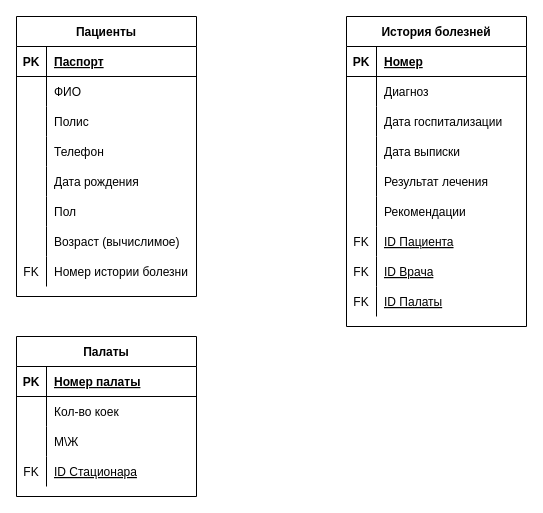
Above: Реляционная модель.drawio in den-a-s/drawio-diagrams (draw.io), before the change. Source tidied: cells renumbered, new cells numbered last; positions are measured from the earlier drawing's top-left corner, leaving out a move shared by most shapes. Both pictures are drawn from the tidied source at 100%, with x=0, y=0 at pixel (16, 16).
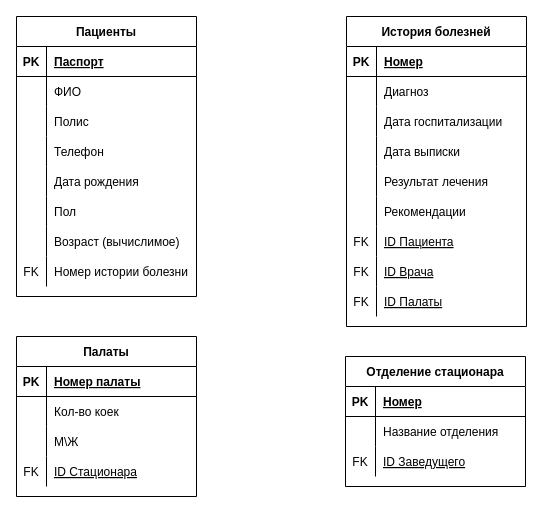
After the change.

Commit message:
Добавление таблицы Отделение стационара.

What changed in the source:
```diff
@@
+    <mxCell id="68" value="Отделение стационара" style="shape=table;startSize=30;childLayout=tableLayout;rowLines=0;fontStyle=1;align=center;" parent="1" vertex="1">
+      <mxGeometry x="329" y="340" width="180" height="130" as="geometry" />
+    </mxCell>
+    <mxCell id="69" style="shape=tableRow;horizontal=0;startSize=0;swimlaneHead=0;swimlaneBody=0;fillColor=none;top=0;left=0;right=0;bottom=1;" parent="68" vertex="1">
+      <mxGeometry y="30" width="180" height="30" as="geometry" />
+    </mxCell>
+    <mxCell id="70" value="PK" style="shape=partialRectangle;fillColor=none;top=0;left=0;bottom=0;right=0;fontStyle=1;overflow=hidden;" parent="69" vertex="1">
+      <mxGeometry width="30" height="30" as="geometry" />
+    </mxCell>
+    <mxCell id="71" value="Номер" style="shape=partialRectangle;fillColor=none;top=0;left=0;bottom=0;right=0;align=left;spacingLeft=6;fontStyle=5;overflow=hidden;" parent="69" vertex="1">
+      <mxGeometry x="30" width="150" height="30" as="geometry" />
+    </mxCell>
+    <mxCell id="72" style="shape=tableRow;horizontal=0;startSize=0;swimlaneHead=0;swimlaneBody=0;fillColor=none;top=0;left=0;right=0;bottom=0;" parent="68" vertex="1">
+      <mxGeometry y="60" width="180" height="30" as="geometry" />
+    </mxCell>
+    <mxCell id="73" style="shape=partialRectangle;fillColor=none;top=0;left=0;bottom=0;right=0;overflow=hidden;" parent="72" vertex="1">
+      <mxGeometry width="30" height="30" as="geometry" />
+    </mxCell>
+    <mxCell id="74" value="Название отделения" style="shape=partialRectangle;fillColor=none;top=0;left=0;bottom=0;right=0;align=left;spacingLeft=6;overflow=hidden;" parent="72" vertex="1">
+      <mxGeometry x="30" width="150" height="30" as="geometry" />
+    </mxCell>
+    <mxCell id="75" style="shape=tableRow;horizontal=0;startSize=0;swimlaneHead=0;swimlaneBody=0;fillColor=none;top=0;left=0;right=0;bottom=0;" parent="68" vertex="1">
+      <mxGeometry y="90" width="180" height="30" as="geometry" />
+    </mxCell>
+    <mxCell id="76" value="FK" style="shape=partialRectangle;fillColor=none;top=0;left=0;bottom=0;right=0;fontStyle=0;overflow=hidden;" parent="75" vertex="1">
+      <mxGeometry width="30" height="30" as="geometry" />
+    </mxCell>
+    <mxCell id="77" value="ID Заведущего" style="shape=partialRectangle;fillColor=none;top=0;left=0;bottom=0;right=0;align=left;spacingLeft=6;fontStyle=4;overflow=hidden;" parent="75" vertex="1">
+      <mxGeometry x="30" width="150" height="30" as="geometry" />
+    </mxCell>
```
